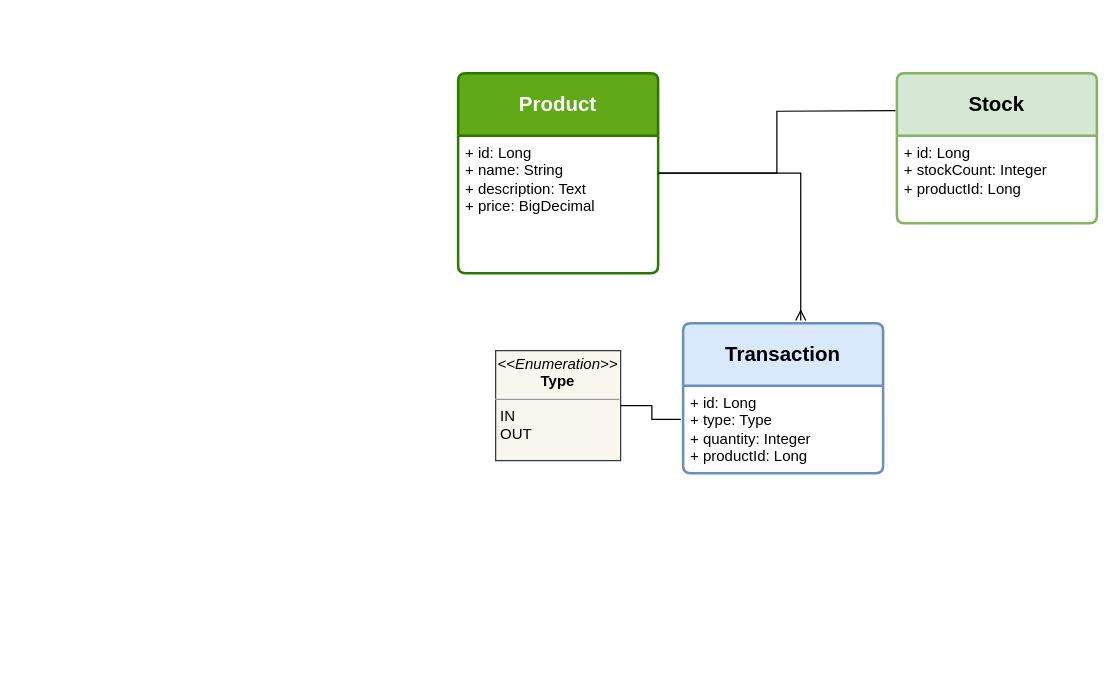
This is Stock Management.drawio from FarnazMahmoudi1994/stock-management, a draw.io file, before an edit. Source tidied: cells renumbered, new cells numbered last; positions are measured from the earlier drawing's top-left corner, leaving out a move shared by most shapes. Both pictures are drawn from the tidied source at 125%, with x=0, y=0 at pixel (458, 72).
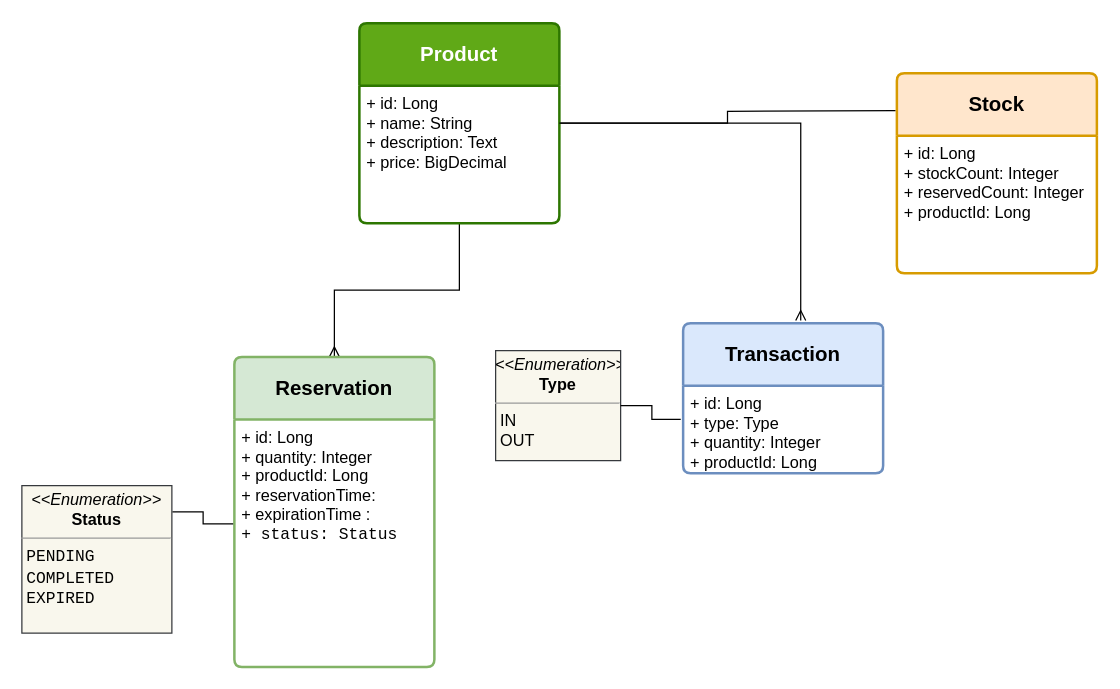
The same page after the edit.

What changed in the source:
```diff
@@
 <mxGraphModel>
   <root>
     <mxCell id="0" />
     <mxCell id="1" parent="0" />
     <mxCell id="2" style="edgeStyle=orthogonalEdgeStyle;rounded=0;jettySize=auto;html=1;endArrow=none;endFill=0;" parent="1" edge="1" source="3">
       <mxGeometry relative="1" as="geometry">
         <mxPoint x="350" y="30" as="targetPoint" />
       </mxGeometry>
     </mxCell>
+    <mxCell id="12" style="edgeStyle=orthogonalEdgeStyle;rounded=0;jettySize=auto;html=1;entryX=0.5;entryY=0;entryDx=0;entryDy=0;endArrow=ERmany;endFill=0;" parent="1" edge="1" source="3" target="13">
+      <mxGeometry relative="1" as="geometry" />
+    </mxCell>
     <mxCell id="3" value="&lt;h3&gt;Product&lt;/h3&gt;" style="swimlane;horizontal=1;startSize=50;rounded=1;fontSize=14;fontStyle=0;strokeWidth=2;shadow=0;dashed=0;align=center;arcSize=4;whiteSpace=wrap;html=1;fillColor=#60a917;strokeColor=#2D7600;fontColor=#ffffff;" parent="1" vertex="1">
-      <mxGeometry width="160" height="160" as="geometry" />
+      <mxGeometry x="-79" y="-40" width="160" height="160" as="geometry" />
     </mxCell>
-    <mxCell id="4" value="+ id: Long&lt;br&gt;+ name: String&lt;br&gt;+ description: Text&lt;div&gt;+ price: BigDecimal&lt;/div&gt;" style="align=left;strokeColor=none;fillColor=none;spacingLeft=4;spacingRight=4;fontSize=12;verticalAlign=top;html=1;whiteSpace=wrap;" parent="3" vertex="1">
+    <mxCell id="4" value="&lt;font style=&quot;font-size: 13px;&quot;&gt;+ id: Long&lt;br&gt;+ name: String&lt;br&gt;+ description: Text&lt;/font&gt;&lt;div style=&quot;font-size: 13px;&quot;&gt;&lt;font style=&quot;font-size: 13px;&quot;&gt;+ price: BigDecimal&lt;/font&gt;&lt;/div&gt;" style="align=left;strokeColor=none;fillColor=none;spacingLeft=4;spacingRight=4;fontSize=12;verticalAlign=top;html=1;whiteSpace=wrap;" parent="3" vertex="1">
       <mxGeometry y="50" width="160" height="110" as="geometry" />
     </mxCell>
-    <mxCell id="5" value="&lt;h3&gt;Stock&lt;/h3&gt;" style="swimlane;horizontal=1;startSize=50;rounded=1;fontSize=14;fontStyle=0;strokeWidth=2;shadow=0;dashed=0;align=center;arcSize=4;whiteSpace=wrap;html=1;fillColor=#d5e8d4;strokeColor=#82b366;" parent="1" vertex="1">
-      <mxGeometry x="351" width="160" height="120" as="geometry" />
+    <mxCell id="5" value="&lt;h3&gt;Stock&lt;/h3&gt;" style="swimlane;horizontal=1;startSize=50;rounded=1;fontSize=14;fontStyle=0;strokeWidth=2;shadow=0;dashed=0;align=center;arcSize=4;whiteSpace=wrap;html=1;fillColor=#ffe6cc;strokeColor=#d79b00;" parent="1" vertex="1">
+      <mxGeometry x="351" width="160" height="160" as="geometry" />
     </mxCell>
-    <mxCell id="6" value="+ id: Long&lt;br&gt;+ stockCount: Integer&lt;div&gt;+ productId: Long&lt;/div&gt;" style="align=left;strokeColor=none;fillColor=none;spacingLeft=4;spacingRight=4;fontSize=12;verticalAlign=top;html=1;whiteSpace=wrap;" parent="5" vertex="1">
-      <mxGeometry y="50" width="160" height="70" as="geometry" />
+    <mxCell id="6" value="&lt;font style=&quot;font-size: 13px;&quot;&gt;+ id: Long&lt;br&gt;+ stockCount: Integer&lt;br&gt;+ reservedCount: Integer&lt;br&gt;&lt;/font&gt;&lt;div style=&quot;font-size: 13px;&quot;&gt;&lt;font style=&quot;font-size: 13px;&quot;&gt;+ productId: Long&lt;/font&gt;&lt;/div&gt;" style="align=left;strokeColor=none;fillColor=none;spacingLeft=4;spacingRight=4;fontSize=12;verticalAlign=top;html=1;whiteSpace=wrap;" parent="5" vertex="1">
+      <mxGeometry y="50" width="160" height="110" as="geometry" />
     </mxCell>
     <mxCell id="7" value="&lt;h3&gt;Transaction&lt;/h3&gt;" style="swimlane;horizontal=1;startSize=50;rounded=1;fontSize=14;fontStyle=0;strokeWidth=2;shadow=0;dashed=0;align=center;arcSize=4;whiteSpace=wrap;html=1;fillColor=#dae8fc;strokeColor=#6c8ebf;" parent="1" vertex="1">
       <mxGeometry x="180" y="200" width="160" height="120" as="geometry" />
     </mxCell>
-    <mxCell id="8" value="&lt;div&gt;+ id: Long&lt;/div&gt;+ type: Type&lt;br&gt;+ quantity: Integer&lt;div&gt;+ productId: Long&lt;/div&gt;" style="align=left;strokeColor=none;fillColor=none;spacingLeft=4;spacingRight=4;fontSize=12;verticalAlign=top;html=1;whiteSpace=wrap;" parent="7" vertex="1">
+    <mxCell id="8" value="&lt;div style=&quot;font-size: 13px;&quot;&gt;&lt;font style=&quot;font-size: 13px;&quot;&gt;+ id: Long&lt;/font&gt;&lt;/div&gt;&lt;font style=&quot;font-size: 13px;&quot;&gt;+ type: Type&lt;br&gt;+ quantity: Integer&lt;/font&gt;&lt;div style=&quot;font-size: 13px;&quot;&gt;&lt;font style=&quot;font-size: 13px;&quot;&gt;+ productId: Long&lt;/font&gt;&lt;/div&gt;" style="align=left;strokeColor=none;fillColor=none;spacingLeft=4;spacingRight=4;fontSize=12;verticalAlign=top;html=1;whiteSpace=wrap;" parent="7" vertex="1">
       <mxGeometry y="50" width="160" height="70" as="geometry" />
     </mxCell>
     <mxCell id="9" style="edgeStyle=orthogonalEdgeStyle;rounded=0;jettySize=auto;html=1;entryX=0.588;entryY=-0.017;entryDx=0;entryDy=0;entryPerimeter=0;endArrow=ERmany;endFill=0;" parent="1" edge="1" source="3" target="7">
       <mxGeometry relative="1" as="geometry" />
     </mxCell>
-    <mxCell id="10" value="&lt;p style=&quot;margin:0px;margin-top:4px;text-align:center;&quot;&gt;&lt;i&gt;&amp;lt;&amp;lt;Enumeration&amp;gt;&amp;gt;&lt;/i&gt;&lt;br&gt;&lt;b&gt;Type&lt;/b&gt;&lt;br&gt;&lt;/p&gt;&lt;hr size=&quot;1&quot;&gt;&lt;p style=&quot;margin:0px;margin-left:4px;&quot;&gt;&lt;span style=&quot;background-color: transparent; color: light-dark(rgb(0, 0, 0), rgb(255, 255, 255));&quot;&gt;IN&lt;/span&gt;&lt;/p&gt;&lt;p style=&quot;margin:0px;margin-left:4px;&quot;&gt;OUT&lt;/p&gt;" style="verticalAlign=top;align=left;overflow=fill;fontSize=12;fontFamily=Helvetica;html=1;fillColor=#f9f7ed;strokeColor=#36393d;" parent="1" vertex="1">
+    <mxCell id="10" value="&lt;p style=&quot;margin: 4px 0px 0px; text-align: center; font-size: 13px;&quot;&gt;&lt;font style=&quot;font-size: 13px;&quot;&gt;&lt;i&gt;&amp;lt;&amp;lt;Enumeration&amp;gt;&amp;gt;&lt;/i&gt;&lt;br&gt;&lt;b&gt;Type&lt;/b&gt;&lt;br&gt;&lt;/font&gt;&lt;/p&gt;&lt;hr style=&quot;font-size: 13px;&quot; size=&quot;1&quot;&gt;&lt;p style=&quot;margin: 0px 0px 0px 4px; font-size: 13px;&quot;&gt;&lt;span style=&quot;background-color: transparent; color: light-dark(rgb(0, 0, 0), rgb(255, 255, 255));&quot;&gt;&lt;font style=&quot;font-size: 13px;&quot;&gt;IN&lt;/font&gt;&lt;/span&gt;&lt;/p&gt;&lt;p style=&quot;margin: 0px 0px 0px 4px; font-size: 13px;&quot;&gt;&lt;font style=&quot;font-size: 13px;&quot;&gt;OUT&lt;/font&gt;&lt;/p&gt;" style="verticalAlign=top;align=left;overflow=fill;fontSize=12;fontFamily=Helvetica;html=1;fillColor=#f9f7ed;strokeColor=#36393d;" parent="1" vertex="1">
       <mxGeometry x="30" y="222" width="100" height="88" as="geometry" />
     </mxCell>
     <mxCell id="11" style="edgeStyle=orthogonalEdgeStyle;rounded=0;jettySize=auto;html=1;entryX=-0.012;entryY=0.386;entryDx=0;entryDy=0;entryPerimeter=0;endArrow=none;endFill=0;" parent="1" edge="1" source="10" target="8">
       <mxGeometry relative="1" as="geometry" />
     </mxCell>
+    <mxCell id="13" value="&lt;h3&gt;Reservation&lt;/h3&gt;" style="swimlane;horizontal=1;startSize=50;rounded=1;fontSize=14;fontStyle=0;strokeWidth=2;shadow=0;dashed=0;align=center;arcSize=4;whiteSpace=wrap;html=1;fillColor=#d5e8d4;strokeColor=#82b366;" parent="1" vertex="1">
+      <mxGeometry x="-179" y="227" width="160" height="248" as="geometry" />
+    </mxCell>
+    <mxCell id="14" value="&lt;font style=&quot;font-size: 13px;&quot;&gt;+ id: Long&lt;br&gt;+ quantity: Integer&lt;/font&gt;&lt;div style=&quot;font-size: 13px;&quot;&gt;&lt;font style=&quot;font-size: 13px;&quot;&gt;+ productId: Long&lt;/font&gt;&lt;/div&gt;&lt;div style=&quot;font-size: 13px;&quot;&gt;&lt;font style=&quot;font-size: 13px;&quot;&gt;+&amp;nbsp;reservationTime:&amp;nbsp;&lt;/font&gt;&lt;/div&gt;&lt;div style=&quot;font-size: 13px;&quot;&gt;&lt;font style=&quot;font-size: 13px;&quot;&gt;+ expirationTime :&amp;nbsp;&lt;br&gt;&lt;/font&gt;&lt;/div&gt;&lt;code style=&quot;font-size: 13px;&quot;&gt;&lt;font style=&quot;font-size: 13px;&quot;&gt;+ status: Status&lt;/font&gt;&lt;/code&gt;" style="align=left;strokeColor=none;fillColor=none;spacingLeft=4;spacingRight=4;fontSize=12;verticalAlign=top;html=1;whiteSpace=wrap;" parent="13" vertex="1">
+      <mxGeometry y="50" width="160" height="198" as="geometry" />
+    </mxCell>
+    <mxCell id="15" value="&lt;p style=&quot;margin: 4px 0px 0px; text-align: center; font-size: 13px;&quot;&gt;&lt;font style=&quot;font-size: 13px;&quot;&gt;&lt;i&gt;&amp;lt;&amp;lt;Enumeration&amp;gt;&amp;gt;&lt;/i&gt;&lt;br&gt;&lt;b&gt;Status&lt;/b&gt;&lt;br&gt;&lt;/font&gt;&lt;/p&gt;&lt;hr style=&quot;font-size: 13px;&quot; size=&quot;1&quot;&gt;&lt;p style=&quot;margin: 0px 0px 0px 4px; font-size: 13px;&quot;&gt;&lt;font style=&quot;font-size: 13px;&quot;&gt;&lt;code&gt;PENDING&lt;/code&gt;&lt;br&gt;&lt;/font&gt;&lt;/p&gt;&lt;p style=&quot;margin: 0px 0px 0px 4px; font-size: 13px;&quot;&gt;&lt;font style=&quot;font-size: 13px;&quot;&gt;&lt;code&gt;COMPLETED&lt;/code&gt;&lt;br&gt;&lt;/font&gt;&lt;/p&gt;&lt;p style=&quot;margin: 0px 0px 0px 4px; font-size: 13px;&quot;&gt;&lt;code&gt;&lt;font style=&quot;font-size: 13px;&quot;&gt;&lt;code&gt;EXPIRED&lt;/code&gt;&lt;br&gt;&lt;/font&gt;&lt;/code&gt;&lt;/p&gt;&lt;p style=&quot;margin: 0px 0px 0px 4px; font-size: 13px;&quot;&gt;&lt;code&gt;&lt;br&gt;&lt;/code&gt;&lt;/p&gt;" style="verticalAlign=top;align=left;overflow=fill;fontSize=12;fontFamily=Helvetica;html=1;fillColor=#f9f7ed;strokeColor=#36393d;" parent="1" vertex="1">
+      <mxGeometry x="-349" y="330" width="120" height="118" as="geometry" />
+    </mxCell>
+    <mxCell id="16" style="edgeStyle=orthogonalEdgeStyle;rounded=0;jettySize=auto;html=1;entryX=1.004;entryY=0.178;entryDx=0;entryDy=0;endArrow=none;endFill=0;exitX=-0.006;exitY=0.422;exitDx=0;exitDy=0;exitPerimeter=0;entryPerimeter=0;" parent="1" edge="1" source="14" target="15">
+      <mxGeometry relative="1" as="geometry" />
+    </mxCell>
   </root>
 </mxGraphModel>
```
